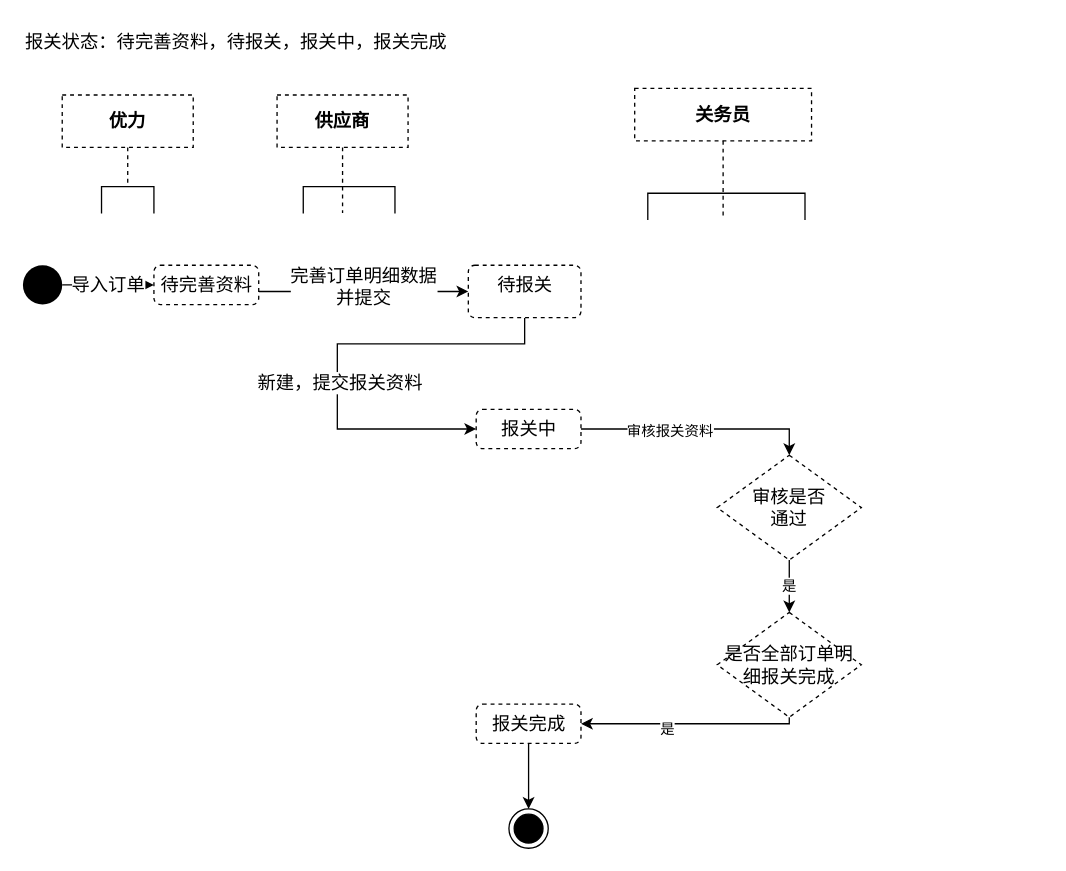
This is page "订单报关状态图-简化" (5 of 10) of shrine-doc/进区预约系统.drawio from easefulfil/CLOUDCARE, a draw.io file, before an edit. Source tidied: cells renumbered, new cells numbered last; positions are measured from the earlier drawing's top-left corner, leaving out a move shared by most shapes. Both pictures are drawn from the tidied source at 131%, with x=0, y=0 at pixel (22, 22).
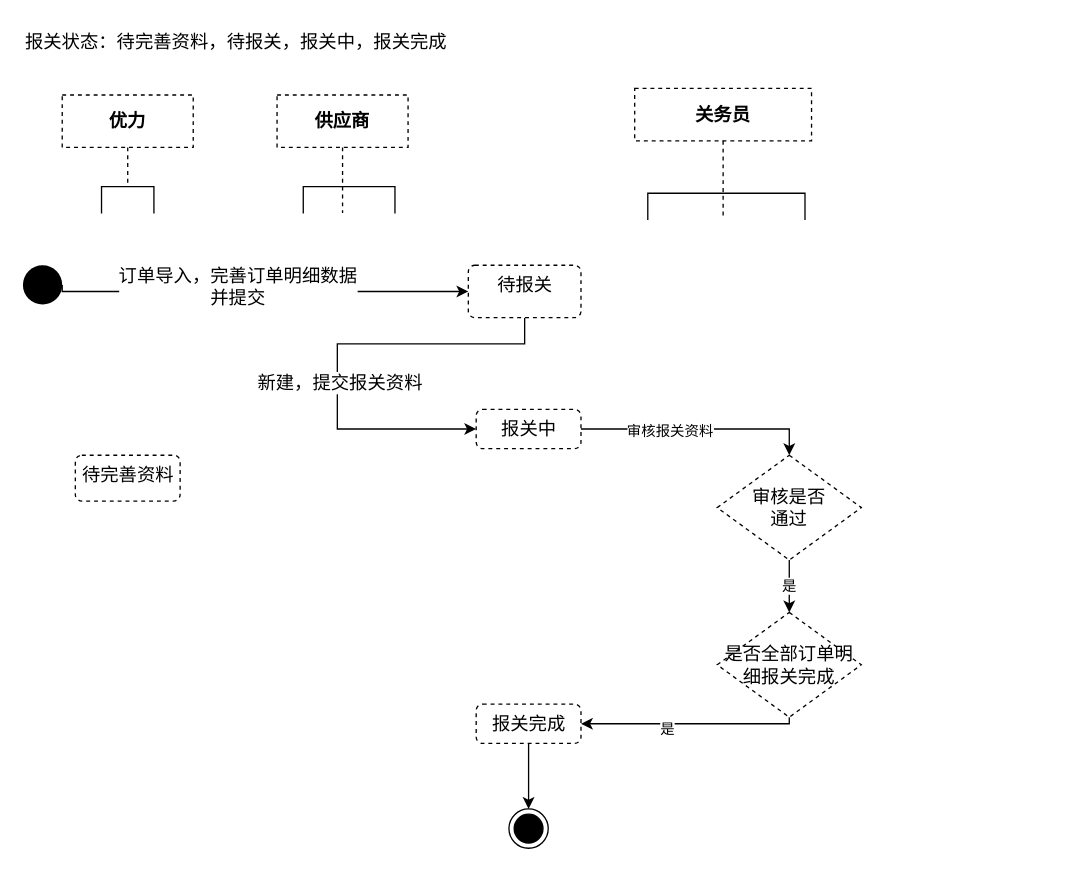
The same diagram, later.

The change refers to these unchanged cells:
```xml
<mxCell id="3" style="ellipse;fillColor=#000000;strokeColor=none;dashed=1;fontSize=14;" parent="1" vertex="1">
  <mxGeometry y="185" width="30" height="30" as="geometry" />
</mxCell>
<mxCell id="9" value="待报关" style="html=1;align=center;verticalAlign=top;rounded=1;absoluteArcSize=1;arcSize=10;dashed=1;fontSize=14;" parent="1" vertex="1">
  <mxGeometry x="340" y="185" width="86" height="40" as="geometry" />
</mxCell>
```

Diff of the diagram source:
```diff
@@
-    <mxCell id="2" value="导入订单" style="edgeStyle=orthogonalEdgeStyle;rounded=0;jettySize=auto;html=1;fontSize=14;" parent="1" edge="1" source="3" target="6">
-      <mxGeometry relative="1" as="geometry" />
-    </mxCell>
@@
-    <mxCell id="4" style="edgeStyle=orthogonalEdgeStyle;rounded=0;jettySize=auto;html=1;fontSize=14;" parent="1" edge="1" source="6" target="9">
+    <mxCell id="4" style="edgeStyle=orthogonalEdgeStyle;rounded=0;jettySize=auto;html=1;fontSize=14;exitX=1;exitY=0.5;exitDx=0;exitDy=0;" parent="1" edge="1" source="3" target="9">
       <mxGeometry relative="1" as="geometry">
         <Array as="points">
-          <mxPoint x="260" y="205" />
-          <mxPoint x="260" y="205" />
+          <mxPoint x="30" y="205" />
         </Array>
       </mxGeometry>
     </mxCell>
-    <mxCell id="5" value="完善订单明细数据&lt;br&gt;并提交" style="edgeLabel;html=1;align=center;verticalAlign=middle;fontSize=14;" parent="4" vertex="1">
+    <mxCell id="5" value="订单导入，完善订单明细数据&lt;br&gt;并提交" style="edgeLabel;html=1;align=center;verticalAlign=middle;fontSize=14;" parent="4" vertex="1">
       <mxGeometry x="-0.24" y="-1" relative="1" as="geometry">
         <mxPoint x="18" y="-6" as="offset" />
       </mxGeometry>
     </mxCell>
-    <mxCell id="6" value="待完善资料" style="html=1;align=center;verticalAlign=top;rounded=1;absoluteArcSize=1;arcSize=10;dashed=1;fontSize=14;" parent="1" vertex="1">
-      <mxGeometry x="100" y="185" width="80" height="30" as="geometry" />
-    </mxCell>
@@
+    <mxCell id="6" value="待完善资料" style="html=1;align=center;verticalAlign=top;rounded=1;absoluteArcSize=1;arcSize=10;dashed=1;fontSize=14;" parent="1" vertex="1">
+      <mxGeometry x="40" y="330" width="80" height="35" as="geometry" />
+    </mxCell>
```
